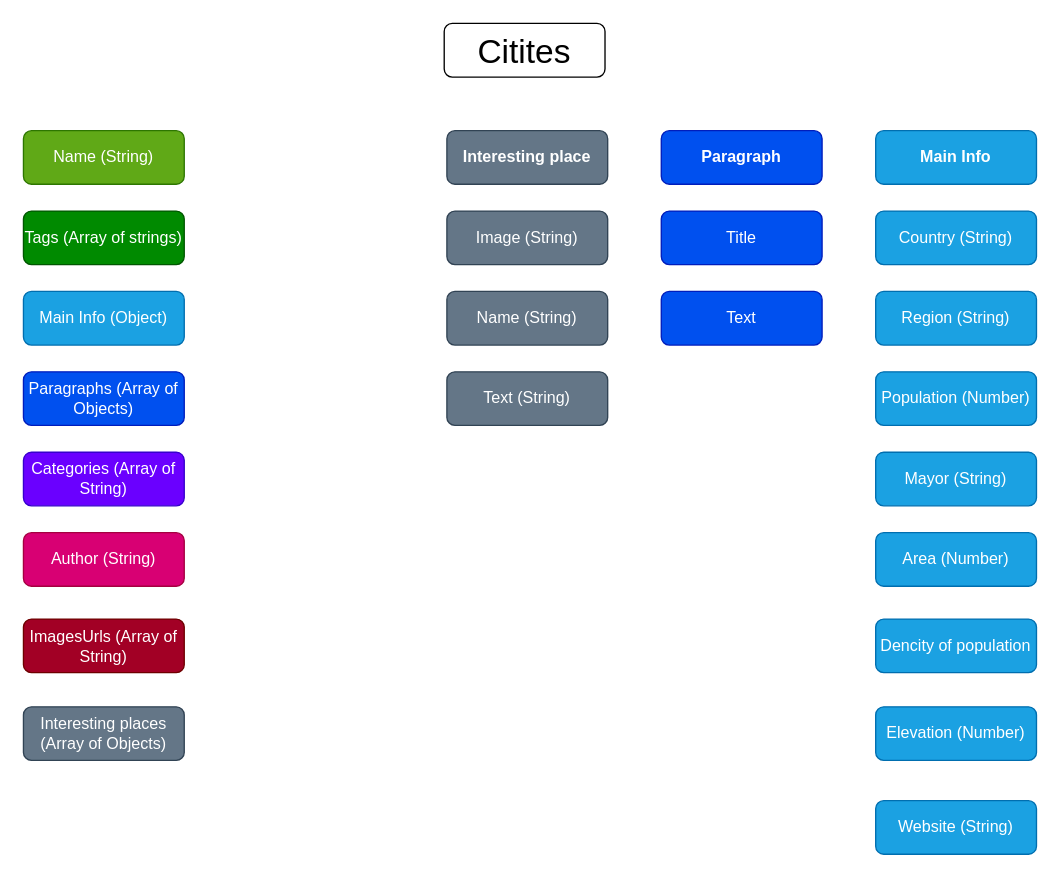
Above: Untitled Diagram.drawio in GeorgeShvab/georgeshvab.github.io (draw.io), before the change. Source tidied: cells renumbered, new cells numbered last; positions are measured from the earlier drawing's top-left corner, leaving out a move shared by most shapes. Both pictures are drawn from the tidied source at 134%, with x=0, y=0 at pixel (23, 23).
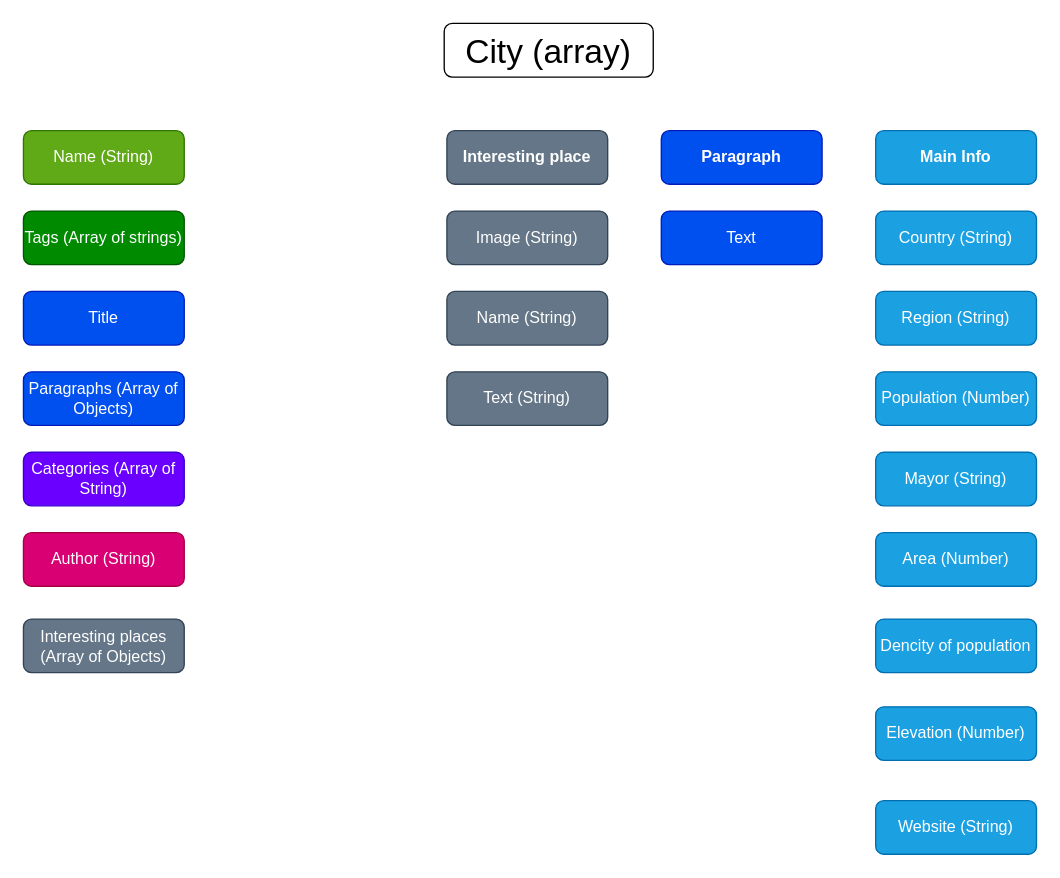
After the change.

The edit, as a diff of the source:
```diff
@@
-    <mxCell id="2" value="Citites" style="rounded=1;whiteSpace=wrap;html=1;fontSize=25;" parent="1" vertex="1">
-      <mxGeometry x="314" width="120" height="40" as="geometry" />
+    <mxCell id="2" value="City (array)" style="rounded=1;whiteSpace=wrap;html=1;fontSize=25;" parent="1" vertex="1">
+      <mxGeometry x="314" width="156" height="40" as="geometry" />
     </mxCell>
@@
-    <mxCell id="13" value="Main Info (Object)" style="rounded=1;whiteSpace=wrap;html=1;fillColor=#1ba1e2;fontColor=#ffffff;strokeColor=#006EAF;" parent="1" vertex="1">
-      <mxGeometry y="200" width="120" height="40" as="geometry" />
-    </mxCell>
@@
     <mxCell id="16" value="Title" style="rounded=1;whiteSpace=wrap;html=1;fillColor=#0050ef;fontColor=#ffffff;strokeColor=#001DBC;" parent="1" vertex="1">
-      <mxGeometry x="476" y="140" width="120" height="40" as="geometry" />
+      <mxGeometry y="200" width="120" height="40" as="geometry" />
     </mxCell>
     <mxCell id="17" value="Text" style="rounded=1;whiteSpace=wrap;html=1;fillColor=#0050ef;fontColor=#ffffff;strokeColor=#001DBC;" parent="1" vertex="1">
-      <mxGeometry x="476" y="200" width="120" height="40" as="geometry" />
+      <mxGeometry x="476" y="140" width="120" height="40" as="geometry" />
     </mxCell>
@@
-    <mxCell id="21" value="ImagesUrls (Array of String)" style="rounded=1;whiteSpace=wrap;html=1;fillColor=#a20025;fontColor=#ffffff;strokeColor=#6F0000;" parent="1" vertex="1">
-      <mxGeometry y="444.5" width="120" height="40" as="geometry" />
-    </mxCell>
     <mxCell id="22" value="Interesting places (Array of Objects)" style="rounded=1;whiteSpace=wrap;html=1;fillColor=#647687;fontColor=#ffffff;strokeColor=#314354;" parent="1" vertex="1">
-      <mxGeometry y="510" width="120" height="40" as="geometry" />
+      <mxGeometry y="444.5" width="120" height="40" as="geometry" />
     </mxCell>
```
